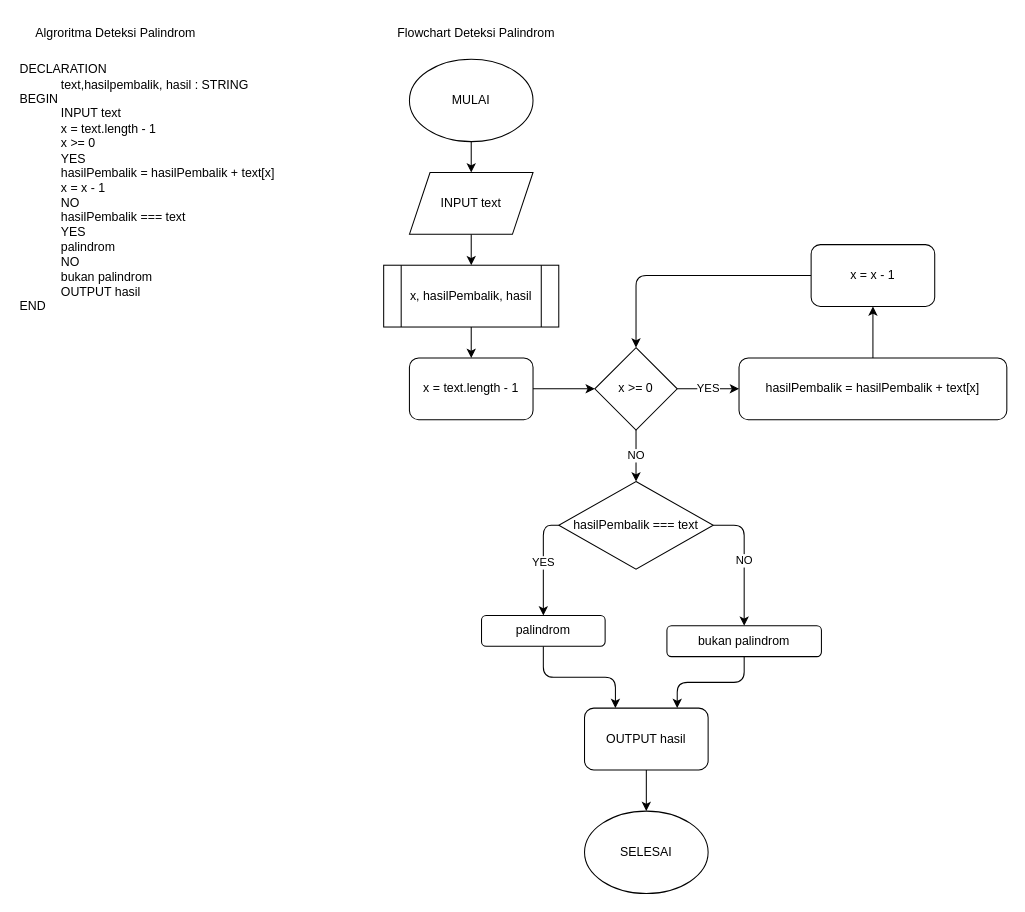
This is page "Deteksi Palindrom" (2 of 2) of tugas6.drawio from wisnu318/fwg17-computer-science, a draw.io file, before an edit. Source tidied: cells renumbered, new cells numbered last; positions are measured from the earlier drawing's top-left corner, leaving out a move shared by most shapes. Both pictures are drawn from the tidied source at 103%, with x=0, y=0 at pixel (18, 18).
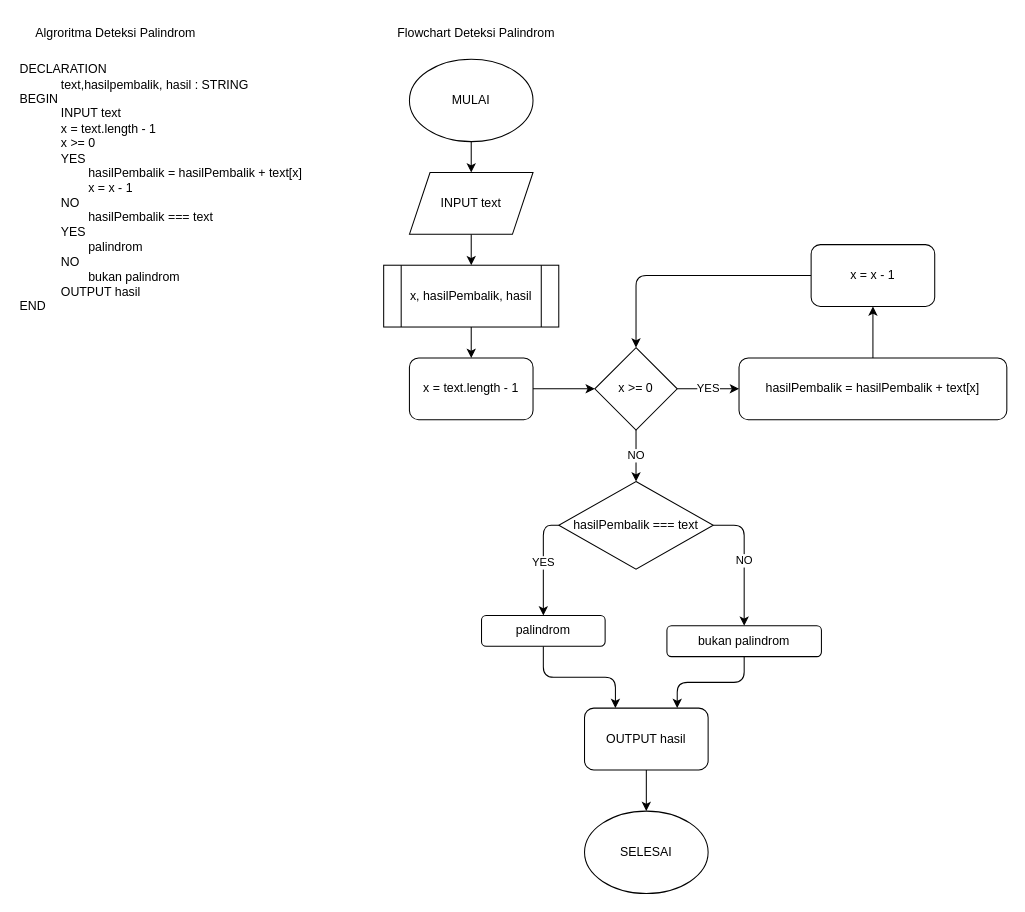
After the change.

What changed in the source:
```diff
@@
-    <mxCell id="25" value="DECLARATION&lt;br&gt;&lt;blockquote style=&quot;margin: 0 0 0 40px; border: none; padding: 0px;&quot;&gt;text,hasilpembalik, hasil : STRING&lt;/blockquote&gt;BEGIN&lt;br&gt;&lt;blockquote style=&quot;margin: 0 0 0 40px; border: none; padding: 0px;&quot;&gt;INPUT text&lt;br&gt;x = text.length - 1&lt;br&gt;x &amp;gt;= 0&lt;br&gt;YES&lt;br&gt;hasilPembalik = hasilPembalik + text[x]&lt;br&gt;x = x - 1&lt;br&gt;NO&lt;br&gt;hasilPembalik === text&lt;br&gt;YES&lt;br&gt;palindrom&lt;br&gt;NO&lt;br&gt;bukan palindrom&lt;/blockquote&gt;&lt;blockquote style=&quot;margin: 0 0 0 40px; border: none; padding: 0px;&quot;&gt;OUTPUT hasil&lt;/blockquote&gt;END" style="text;html=1;strokeColor=none;fillColor=none;align=left;verticalAlign=middle;whiteSpace=wrap;rounded=0;" parent="1" vertex="1">
+    <mxCell id="25" value="DECLARATION&lt;br&gt;&lt;blockquote style=&quot;margin: 0 0 0 40px; border: none; padding: 0px;&quot;&gt;text,hasilpembalik, hasil : STRING&lt;/blockquote&gt;BEGIN&lt;br&gt;&lt;blockquote style=&quot;margin: 0 0 0 40px; border: none; padding: 0px;&quot;&gt;INPUT text&lt;br&gt;x = text.length - 1&lt;br&gt;x &amp;gt;= 0&lt;br&gt;YES&lt;br&gt;&lt;span style=&quot;white-space: pre;&quot;&gt;&#9;&lt;/span&gt;hasilPembalik = hasilPembalik + text[x]&lt;br&gt;&lt;span style=&quot;white-space: pre;&quot;&gt;&#9;&lt;/span&gt;x = x - 1&lt;br&gt;NO&lt;br&gt;&lt;span style=&quot;white-space: pre;&quot;&gt;&#9;&lt;/span&gt;hasilPembalik === text&lt;br&gt;YES&lt;br&gt;&lt;span style=&quot;white-space: pre;&quot;&gt;&#9;&lt;/span&gt;palindrom&lt;br&gt;NO&lt;br&gt;&lt;span style=&quot;white-space: pre;&quot;&gt;&#9;&lt;/span&gt;bukan palindrom&lt;/blockquote&gt;&lt;blockquote style=&quot;margin: 0 0 0 40px; border: none; padding: 0px;&quot;&gt;OUTPUT hasil&lt;/blockquote&gt;END" style="text;html=1;strokeColor=none;fillColor=none;align=left;verticalAlign=middle;whiteSpace=wrap;rounded=0;" parent="1" vertex="1">
       <mxGeometry y="40" width="290" height="250" as="geometry" />
     </mxCell>
```
